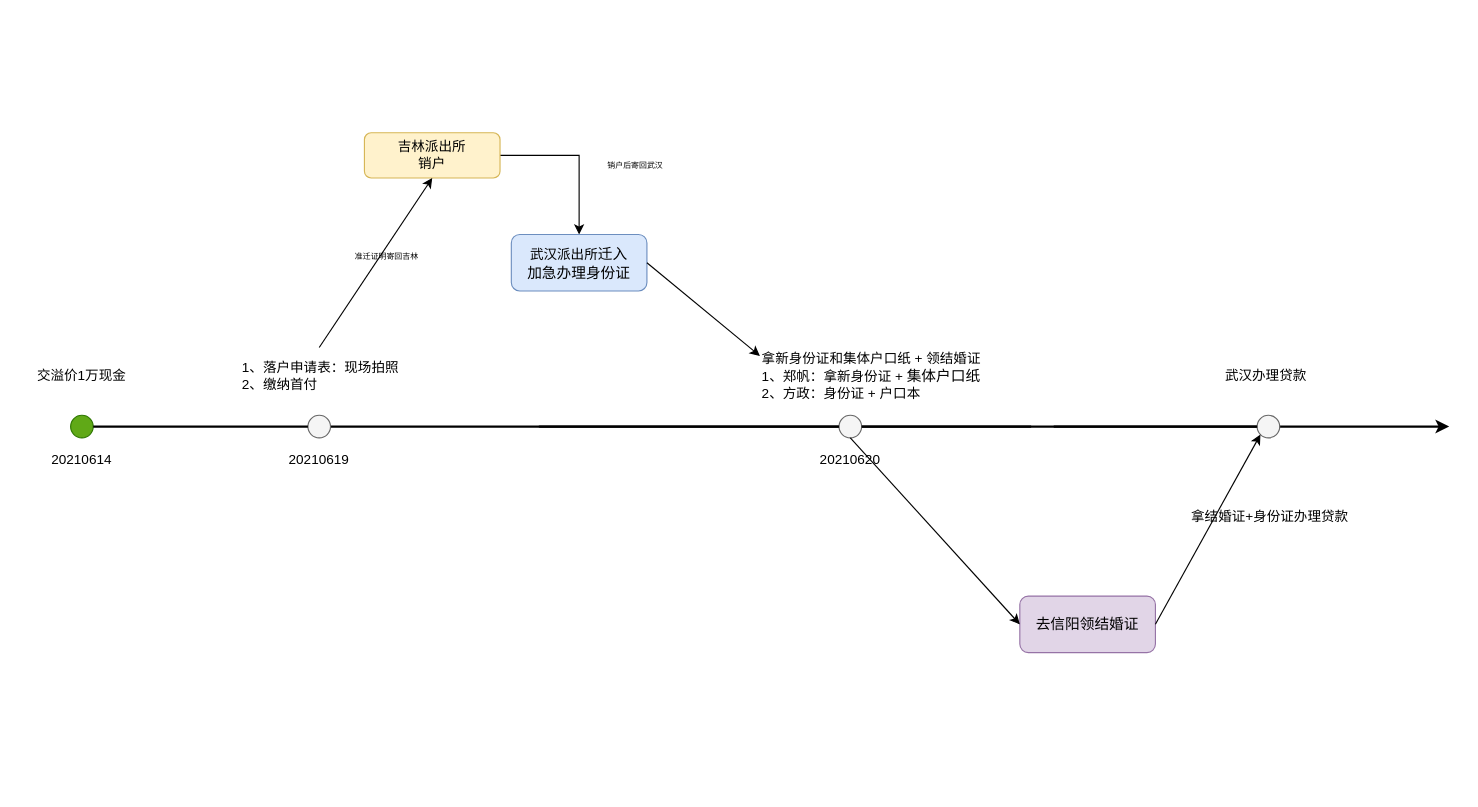
Above: pet_data_warehouse/武汉房子.drawio in fangzheng0518/draw (draw.io), before the change. Source tidied: cells renumbered, new cells numbered last; positions are measured from the earlier drawing's top-left corner, leaving out a move shared by most shapes. Both pictures are drawn from the tidied source at 113%, with x=0, y=0 at pixel (19, 132).
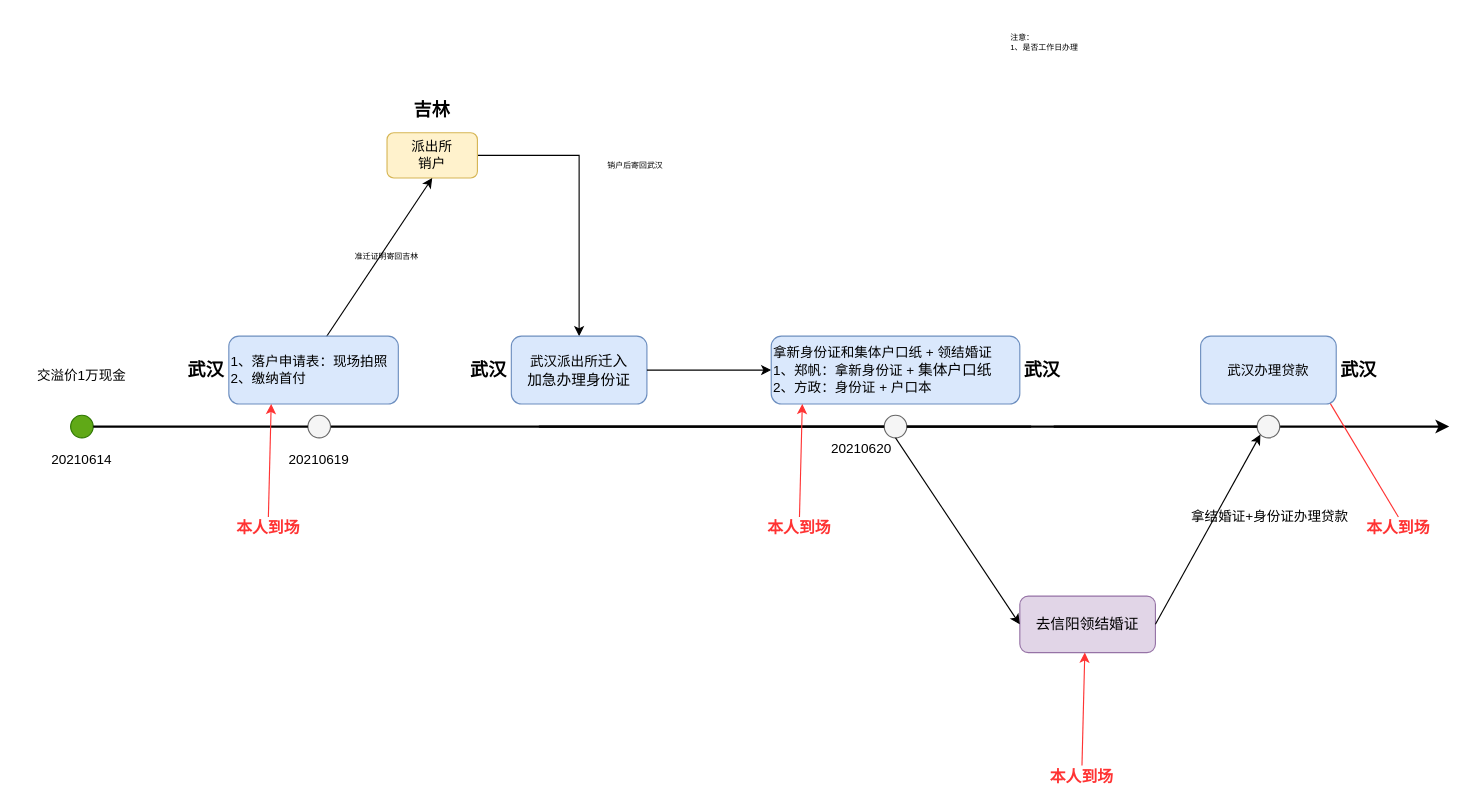
The same diagram, later.

Commit message:
更新武汉房子.drawio

What changed in the source:
```diff
@@
-    <mxCell id="6" value="1、落户申请表：现场拍照&lt;br&gt;2、缴纳首付" style="text;html=1;strokeColor=none;fillColor=none;align=left;verticalAlign=middle;whiteSpace=wrap;rounded=0;" parent="1" vertex="1">
-      <mxGeometry x="195" y="205" width="150" height="20" as="geometry" />
-    </mxCell>
@@
-    <mxCell id="8" value="拿新身份证和集体户口纸 + 领结婚证&lt;br&gt;1、郑帆：拿新身份证 +&amp;nbsp;&lt;span style=&quot;font-family: &amp;#34;helvetica neue&amp;#34; ; font-size: 13px&quot;&gt;集体户口纸&lt;/span&gt;&lt;br&gt;2、方政：身份证 + 户口本" style="text;html=1;strokeColor=none;fillColor=none;align=left;verticalAlign=middle;whiteSpace=wrap;rounded=0;" parent="1" vertex="1">
-      <mxGeometry x="655" y="180" width="230" height="70" as="geometry" />
-    </mxCell>
@@
-    <mxCell id="10" value="吉林派出所&lt;br&gt;销户" style="rounded=1;whiteSpace=wrap;html=1;align=center;fillColor=#fff2cc;strokeColor=#d6b656;" parent="1" vertex="1">
-      <mxGeometry x="305" width="120" height="40" as="geometry" />
+    <mxCell id="10" value="派出所&lt;br&gt;销户" style="rounded=1;whiteSpace=wrap;html=1;align=center;fillColor=#fff2cc;strokeColor=#d6b656;" parent="1" vertex="1">
+      <mxGeometry x="325" width="80" height="40" as="geometry" />
     </mxCell>
@@
     <mxCell id="13" style="ellipse;whiteSpace=wrap;html=1;fillColor=#f5f5f5;strokeColor=#666666;fontColor=#333333;" parent="1" vertex="1">
-      <mxGeometry x="725" y="250" width="20" height="20" as="geometry" />
+      <mxGeometry x="765" y="250" width="20" height="20" as="geometry" />
     </mxCell>
@@
     <mxCell id="15" value="武汉派出所&lt;span style=&quot;font-family: &amp;#34;helvetica neue&amp;#34; ; font-size: 13px&quot;&gt;迁入&lt;br&gt;加急办理身份证&lt;br&gt;&lt;/span&gt;" style="whiteSpace=wrap;html=1;rounded=1;fillColor=#dae8fc;strokeColor=#6c8ebf;" parent="1" vertex="1">
-      <mxGeometry x="435" y="90" width="120" height="50" as="geometry" />
+      <mxGeometry x="435" y="180" width="120" height="60" as="geometry" />
     </mxCell>
@@
-    <mxCell id="18" style="endArrow=classic;html=1;fontSize=7;strokeWidth=1;exitX=1;exitY=0.5;exitDx=0;exitDy=0;entryX=0;entryY=0.25;entryDx=0;entryDy=0;" parent="1" edge="1" source="15" target="8">
-      <mxGeometry relative="1" as="geometry" />
+    <mxCell id="18" style="endArrow=classic;html=1;fontSize=7;strokeWidth=1;exitX=1;exitY=0.5;exitDx=0;exitDy=0;entryX=0;entryY=0.5;entryDx=0;entryDy=0;" parent="1" edge="1" source="15">
+      <mxGeometry relative="1" as="geometry">
+        <mxPoint x="665" y="210" as="targetPoint" />
+      </mxGeometry>
     </mxCell>
@@
-    <mxCell id="22" value="武汉办理贷款" style="text;html=1;strokeColor=none;fillColor=none;align=left;verticalAlign=middle;whiteSpace=wrap;rounded=0;" parent="1" vertex="1">
-      <mxGeometry x="1065" y="180" width="80" height="70" as="geometry" />
-    </mxCell>
@@
     <mxCell id="25" value="20210620" style="text;html=1;strokeColor=none;fillColor=none;align=center;verticalAlign=middle;whiteSpace=wrap;rounded=0;" parent="1" vertex="1">
-      <mxGeometry x="715" y="280" width="40" height="20" as="geometry" />
+      <mxGeometry x="725" y="270" width="40" height="20" as="geometry" />
     </mxCell>
@@
+    <mxCell id="6" value="&lt;span style=&quot;font-size: 12px&quot;&gt;1、落户申请表：现场拍照&lt;/span&gt;&lt;br style=&quot;font-size: 12px&quot;&gt;&lt;span style=&quot;font-size: 12px&quot;&gt;2、缴纳首付&lt;/span&gt;" style="rounded=1;whiteSpace=wrap;html=1;fontSize=7;align=left;fillColor=#dae8fc;strokeColor=#6c8ebf;" parent="1" vertex="1">
+      <mxGeometry x="185" y="180" width="150" height="60" as="geometry" />
+    </mxCell>
+    <mxCell id="29" value="&lt;font style=&quot;font-size: 16px&quot;&gt;&lt;b&gt;武汉&lt;/b&gt;&lt;/font&gt;" style="text;html=1;strokeColor=none;fillColor=none;align=center;verticalAlign=middle;whiteSpace=wrap;rounded=0;fontSize=7;" parent="1" vertex="1">
+      <mxGeometry x="145" y="200" width="40" height="20" as="geometry" />
+    </mxCell>
+    <mxCell id="8" value="&lt;span style=&quot;font-size: 12px&quot;&gt;拿新身份证和集体户口纸 + 领结婚证&lt;/span&gt;&lt;br style=&quot;font-size: 12px&quot;&gt;&lt;span style=&quot;font-size: 12px&quot;&gt;1、郑帆：拿新身份证 +&amp;nbsp;&lt;/span&gt;&lt;span style=&quot;font-family: &amp;#34;helvetica neue&amp;#34; ; font-size: 13px&quot;&gt;集体户口纸&lt;/span&gt;&lt;br style=&quot;font-size: 12px&quot;&gt;&lt;span style=&quot;font-size: 12px&quot;&gt;2、方政：身份证 + 户口本&lt;/span&gt;" style="rounded=1;whiteSpace=wrap;html=1;fontSize=7;align=left;fillColor=#dae8fc;strokeColor=#6c8ebf;" parent="1" vertex="1">
+      <mxGeometry x="665" y="180" width="220" height="60" as="geometry" />
+    </mxCell>
+    <mxCell id="30" value="&lt;font color=&quot;#ff3333&quot; size=&quot;1&quot;&gt;&lt;b style=&quot;font-size: 14px&quot;&gt;本人到场&lt;/b&gt;&lt;/font&gt;" style="text;html=1;strokeColor=none;fillColor=none;align=center;verticalAlign=middle;whiteSpace=wrap;rounded=0;fontSize=7;" parent="1" vertex="1">
+      <mxGeometry x="185" y="340" width="70" height="20" as="geometry" />
+    </mxCell>
+    <mxCell id="31" style="endArrow=classic;html=1;fontSize=7;strokeWidth=1;entryX=0.25;entryY=1;entryDx=0;entryDy=0;exitX=0.5;exitY=0;exitDx=0;exitDy=0;strokeColor=#FF3333;" parent="1" edge="1" source="30" target="6">
+      <mxGeometry relative="1" as="geometry" />
+    </mxCell>
+    <mxCell id="32" value="&lt;font color=&quot;#ff3333&quot; size=&quot;1&quot;&gt;&lt;b style=&quot;font-size: 14px&quot;&gt;本人到场&lt;/b&gt;&lt;/font&gt;" style="text;html=1;strokeColor=none;fillColor=none;align=center;verticalAlign=middle;whiteSpace=wrap;rounded=0;fontSize=7;" parent="1" vertex="1">
+      <mxGeometry x="655" y="340" width="70" height="20" as="geometry" />
+    </mxCell>
+    <mxCell id="33" style="endArrow=classic;html=1;fontSize=7;strokeWidth=1;entryX=0.25;entryY=1;entryDx=0;entryDy=0;exitX=0.5;exitY=0;exitDx=0;exitDy=0;strokeColor=#FF3333;" parent="1" edge="1" source="32">
+      <mxGeometry relative="1" as="geometry">
+        <mxPoint x="692.5" y="240" as="targetPoint" />
+      </mxGeometry>
+    </mxCell>
+    <mxCell id="34" value="&lt;font color=&quot;#ff3333&quot; size=&quot;1&quot;&gt;&lt;b style=&quot;font-size: 14px&quot;&gt;本人到场&lt;/b&gt;&lt;/font&gt;" style="text;html=1;strokeColor=none;fillColor=none;align=center;verticalAlign=middle;whiteSpace=wrap;rounded=0;fontSize=7;" parent="1" vertex="1">
+      <mxGeometry x="905" y="560" width="70" height="20" as="geometry" />
+    </mxCell>
+    <mxCell id="35" style="endArrow=classic;html=1;fontSize=7;strokeWidth=1;entryX=0.25;entryY=1;entryDx=0;entryDy=0;exitX=0.5;exitY=0;exitDx=0;exitDy=0;strokeColor=#FF3333;" parent="1" edge="1" source="34">
+      <mxGeometry relative="1" as="geometry">
+        <mxPoint x="942.5" y="460" as="targetPoint" />
+      </mxGeometry>
+    </mxCell>
+    <mxCell id="36" value="&lt;font color=&quot;#ff3333&quot; size=&quot;1&quot;&gt;&lt;b style=&quot;font-size: 14px&quot;&gt;本人到场&lt;/b&gt;&lt;/font&gt;" style="text;html=1;strokeColor=none;fillColor=none;align=center;verticalAlign=middle;whiteSpace=wrap;rounded=0;fontSize=7;" parent="1" vertex="1">
+      <mxGeometry x="1185" y="340" width="70" height="20" as="geometry" />
+    </mxCell>
+    <mxCell id="37" style="endArrow=classic;html=1;fontSize=7;strokeWidth=1;entryX=1;entryY=0.5;entryDx=0;entryDy=0;exitX=0.5;exitY=0;exitDx=0;exitDy=0;strokeColor=#FF3333;" parent="1" edge="1" source="36">
+      <mxGeometry relative="1" as="geometry">
+        <mxPoint x="1145" y="215" as="targetPoint" />
+      </mxGeometry>
+    </mxCell>
+    <mxCell id="38" value="&lt;font style=&quot;font-size: 16px&quot;&gt;&lt;b&gt;吉林&lt;/b&gt;&lt;/font&gt;" style="text;html=1;strokeColor=none;fillColor=none;align=center;verticalAlign=middle;whiteSpace=wrap;rounded=0;fontSize=7;" parent="1" vertex="1">
+      <mxGeometry x="345" y="-30" width="40" height="20" as="geometry" />
+    </mxCell>
+    <mxCell id="39" value="&lt;font style=&quot;font-size: 16px&quot;&gt;&lt;b&gt;武汉&lt;/b&gt;&lt;/font&gt;" style="text;html=1;strokeColor=none;fillColor=none;align=center;verticalAlign=middle;whiteSpace=wrap;rounded=0;fontSize=7;" parent="1" vertex="1">
+      <mxGeometry x="395" y="200" width="40" height="20" as="geometry" />
+    </mxCell>
+    <mxCell id="40" value="&lt;font style=&quot;font-size: 16px&quot;&gt;&lt;b&gt;武汉&lt;/b&gt;&lt;/font&gt;" style="text;html=1;strokeColor=none;fillColor=none;align=center;verticalAlign=middle;whiteSpace=wrap;rounded=0;fontSize=7;" parent="1" vertex="1">
+      <mxGeometry x="885" y="200" width="40" height="20" as="geometry" />
+    </mxCell>
+    <mxCell id="22" value="&lt;span style=&quot;text-align: left&quot;&gt;武汉办理贷款&lt;/span&gt;&lt;span style=&quot;font-family: &amp;#34;helvetica neue&amp;#34; ; font-size: 13px&quot;&gt;&lt;br&gt;&lt;/span&gt;" style="whiteSpace=wrap;html=1;rounded=1;fillColor=#dae8fc;strokeColor=#6c8ebf;" parent="1" vertex="1">
+      <mxGeometry x="1045" y="180" width="120" height="60" as="geometry" />
+    </mxCell>
+    <mxCell id="41" value="&lt;font style=&quot;font-size: 16px&quot;&gt;&lt;b&gt;武汉&lt;/b&gt;&lt;/font&gt;" style="text;html=1;strokeColor=none;fillColor=none;align=center;verticalAlign=middle;whiteSpace=wrap;rounded=0;fontSize=7;" parent="1" vertex="1">
+      <mxGeometry x="1165" y="200" width="40" height="20" as="geometry" />
+    </mxCell>
+    <mxCell id="42" value="注意：&lt;br&gt;1、是否工作日办理" style="text;html=1;strokeColor=none;fillColor=none;align=left;verticalAlign=middle;whiteSpace=wrap;rounded=0;fontSize=7;" parent="1" vertex="1">
+      <mxGeometry x="875" y="-100" width="300" height="40" as="geometry" />
+    </mxCell>
```
